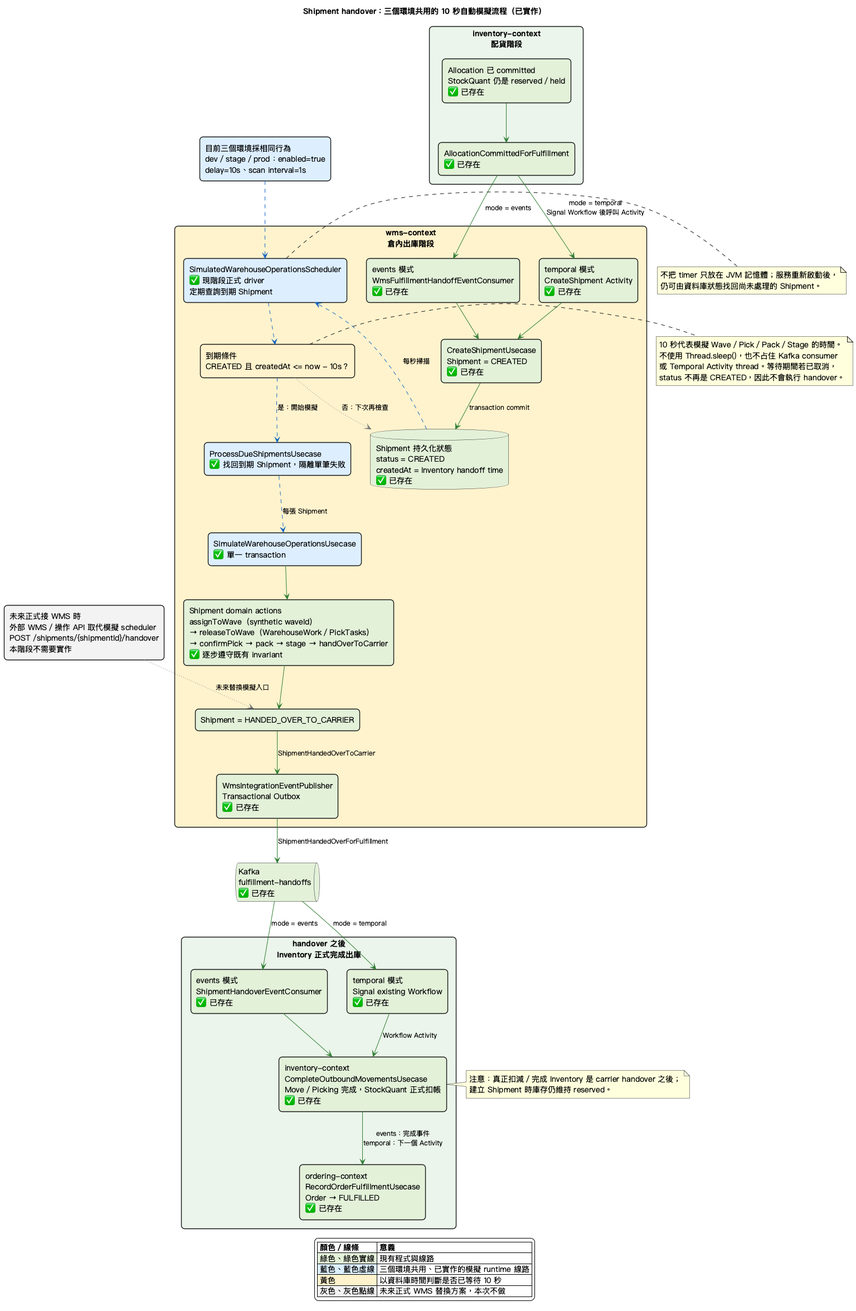
zhjiangexe/order-allocation-arch-demo keeps this PlantUML diagram as docs/shipment-handover-connection-gaps.png. Above is the earlier version.
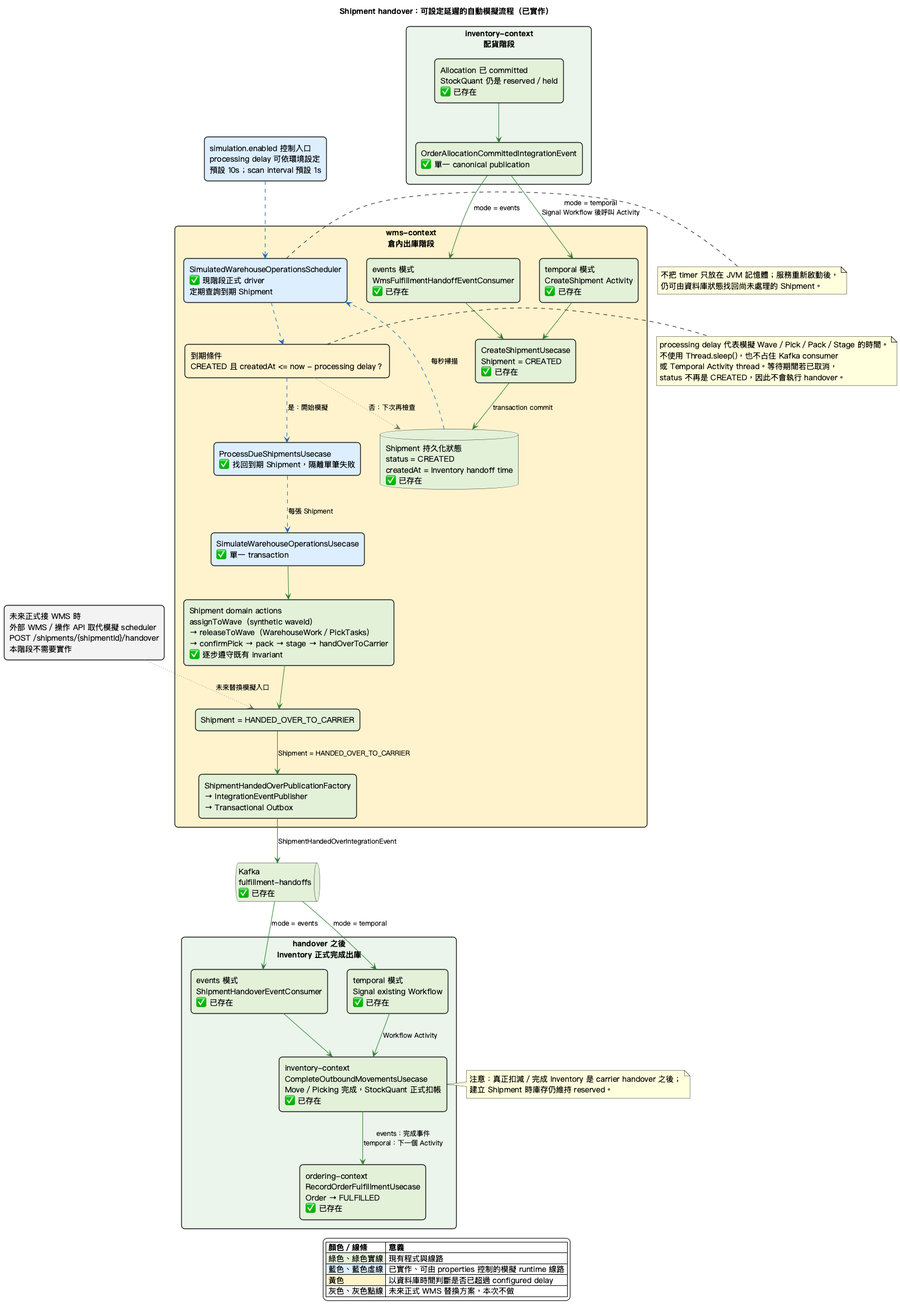
After the commit.

The edit, as a diff of the source:
```diff
@@ -1,5 +1,5 @@
 @startuml
-title Shipment handover：三個環境共用的 10 秒自動模擬流程（已實作）
+title Shipment handover：可設定延遲的自動模擬流程（已實作）
 
 skinparam backgroundColor #FFFFFF
 skinparam shadowing false
@@ -17,7 +17,7 @@
 
 package "inventory-context\n配貨階段" as Allocation #EAF4EA {
   rectangle "Allocation 已 committed\nStockQuant 仍是 reserved／held\n✅ 已存在" as AllocationCommitted #E2F0D9
-  rectangle "AllocationCommittedForFulfillment\n✅ 已存在" as AllocationEvent #E2F0D9
+  rectangle "OrderAllocationCommittedIntegrationEvent\n✅ 單一 canonical publication" as AllocationEvent #E2F0D9
 }
 
 package "wms-context\n倉內出庫階段" as Wms #FFF3CD {
@@ -27,13 +27,13 @@
 
   database "Shipment 持久化狀態\nstatus = CREATED\ncreatedAt = Inventory handoff time\n✅ 已存在" as ShipmentState #E2F0D9
   rectangle "SimulatedWarehouseOperationsScheduler\n✅ 現階段正式 driver\n定期查詢到期 Shipment" as SimulationScheduler #DCEEFF
-  rectangle "到期條件\nCREATED 且 createdAt <= now - 10s？" as Due #FFF2CC
+  rectangle "到期條件\nCREATED 且 createdAt <= now - processing delay？" as Due #FFF2CC
   rectangle "ProcessDueShipmentsUsecase\n✅ 找回到期 Shipment，隔離單筆失敗" as DueShipments #DCEEFF
   rectangle "SimulateWarehouseOperationsUsecase\n✅ 單一 transaction" as SimulationDriver #DCEEFF
   rectangle "Shipment domain actions\nassignToWave（synthetic waveId）\n→ releaseToWave（WarehouseWork／PickTasks）\n→ confirmPick → pack → stage → handOverToCarrier\n✅ 逐步遵守既有 invariant" as DomainActions #E2F0D9
   rectangle "Shipment = HANDED_OVER_TO_CARRIER" as Handover #E2F0D9
 
-  rectangle "WmsIntegrationEventPublisher\nTransactional Outbox\n✅ 已存在" as WmsPublisher #E2F0D9
+  rectangle "ShipmentHandedOverPublicationFactory\n→ IntegrationEventPublisher\n→ Transactional Outbox" as WmsPublisher #E2F0D9
 }
 
 queue "Kafka\nfulfillment-handoffs\n✅ 已存在" as Kafka #E2F0D9
@@ -47,7 +47,7 @@
 
 rectangle "未來正式接 WMS 時\n外部 WMS／操作 API 取代模擬 scheduler\nPOST /shipments/{shipmentId}/handover\n本階段不需要實作" as FutureWms #F2F2F2
 
-rectangle "目前三個環境採相同行為\ndev／stage／prod：enabled=true\ndelay=10s、scan interval=1s" as Settings #DCEEFF
+rectangle "simulation.enabled 控制入口\nprocessing delay 可依環境設定\n預設 10s；scan interval 預設 1s" as Settings #DCEEFF
 
 AllocationCommitted -[#2E7D32]-> AllocationEvent
 AllocationEvent -[#2E7D32]-> EventCreateDriver : mode = events
@@ -66,8 +66,8 @@
 SimulationDriver -[#2E7D32]-> DomainActions
 DomainActions -[#2E7D32]-> Handover
 
-Handover -[#2E7D32]-> WmsPublisher : ShipmentHandedOverToCarrier
-WmsPublisher -[#2E7D32]-> Kafka : ShipmentHandedOverForFulfillment
+Handover -[#2E7D32]-> WmsPublisher : Shipment = HANDED_OVER_TO_CARRIER
+WmsPublisher -[#2E7D32]-> Kafka : ShipmentHandedOverIntegrationEvent
 Kafka -[#2E7D32]-> EventCompletion : mode = events
 Kafka -[#2E7D32]-> TemporalCompletion : mode = temporal
 EventCompletion -[#2E7D32]-> CompleteStock
@@ -82,7 +82,7 @@
 end note
 
 note right of Due
-  10 秒代表模擬 Wave／Pick／Pack／Stage 的時間。
+  processing delay 代表模擬 Wave／Pick／Pack／Stage 的時間。
   不使用 Thread.sleep()，也不占住 Kafka consumer
   或 Temporal Activity thread。等待期間若已取消，
   status 不再是 CREATED，因此不會執行 handover。
@@ -96,8 +96,8 @@
 legend bottom
   |= 顏色／線條 |= 意義 |
   |<#E2F0D9> 綠色、綠色實線 | 現有程式與線路 |
-  |<#DCEEFF> 藍色、藍色虛線 | 三個環境共用、已實作的模擬 runtime 線路 |
-  |<#FFF2CC> 黃色 | 以資料庫時間判斷是否已等待 10 秒 |
+  |<#DCEEFF> 藍色、藍色虛線 | 已實作、可由 properties 控制的模擬 runtime 線路 |
+  |<#FFF2CC> 黃色 | 以資料庫時間判斷是否已超過 configured delay |
   |<#F2F2F2> 灰色、灰色點線 | 未來正式 WMS 替換方案，本次不做 |
 endlegend
 
```
